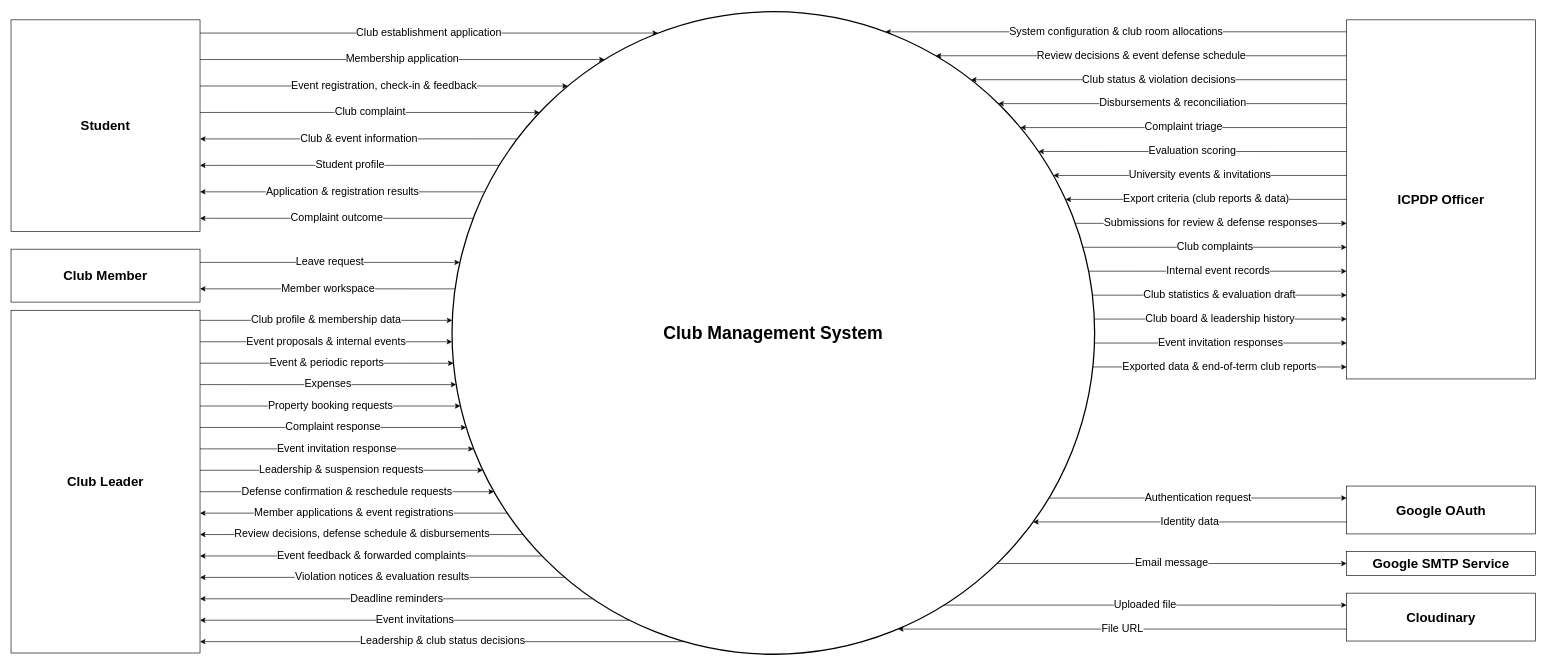
Before: docs/03-diagrams/UCMS_Context_Diagram.drawio in nvdekay/ClubManagementSystem, a draw.io diagram. Source tidied: cells renumbered, new cells numbered last; positions are measured from the earlier drawing's top-left corner, leaving out a move shared by most shapes. Both pictures are drawn from the tidied source at 63%, with x=0, y=0 at pixel (11, 11).
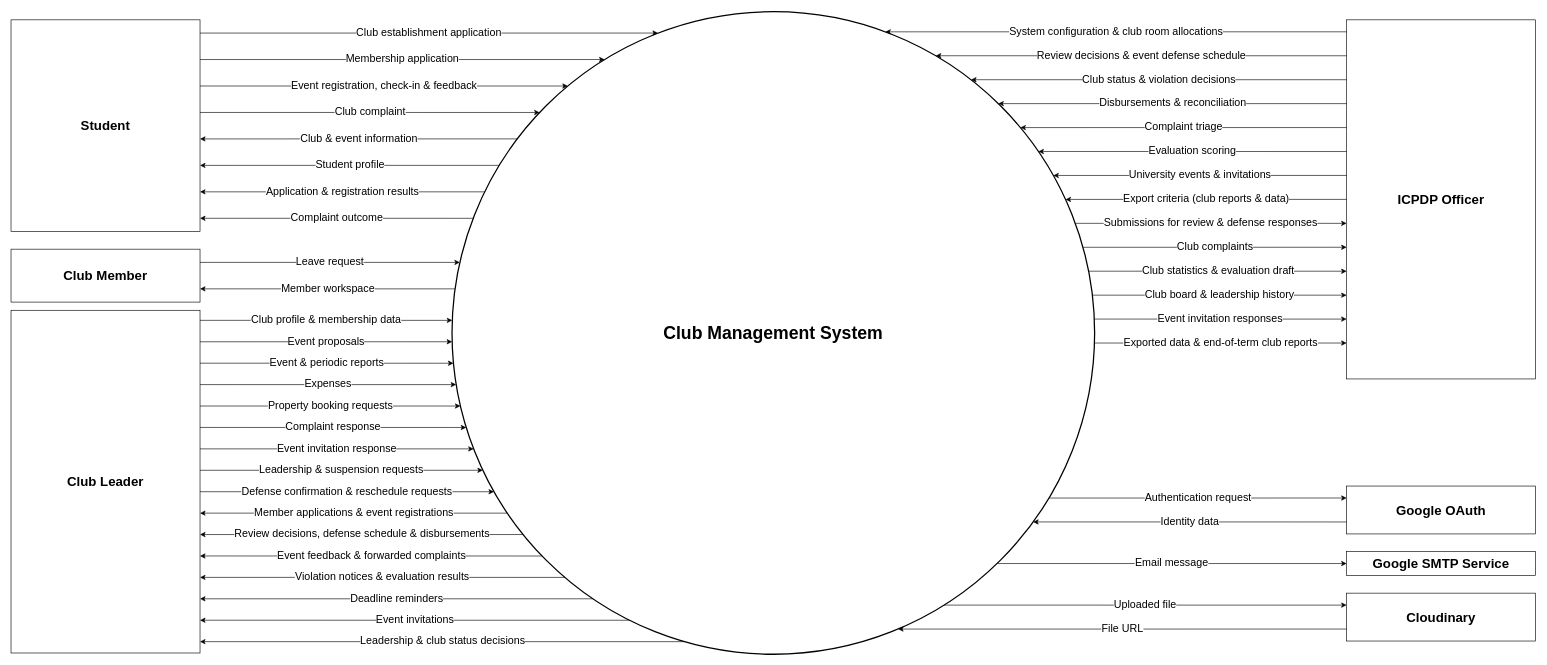
The same diagram, later.

Commit message (it also covers changes not shown here):
docs(diagrams): drop the internal event flow from the context diagram and align SRS flow table

Unchanged cells that the change refers to:
```xml
<mxCell id="2" value="Club Management System" style="ellipse;whiteSpace=wrap;html=1;strokeWidth=2;fontSize=28;fontStyle=1;" parent="1" vertex="1">
  <mxGeometry x="700" width="1020" height="1020" as="geometry" />
</mxCell>
<mxCell id="15" value="Club Leader" style="rounded=0;whiteSpace=wrap;html=1;fontSize=21;fontStyle=1;" parent="1" vertex="1">
  <mxGeometry y="474" width="300" height="544" as="geometry" />
</mxCell>
<mxCell id="32" value="ICPDP Officer" style="rounded=0;whiteSpace=wrap;html=1;fontSize=21;fontStyle=1;" parent="1" vertex="1">
  <mxGeometry x="2120" y="13" width="300" height="570" as="geometry" />
</mxCell>
```

The edit, as a diff of the source:
```diff
@@
-    <mxCell id="17" value="Event proposals &amp; internal events" style="edgeStyle=none;rounded=0;html=1;endArrow=classic;endFill=1;fontSize=17;labelBackgroundColor=#ffffff;exitX=1.0;exitY=0.0919;exitDx=0;exitDy=0;exitPerimeter=0;entryX=0.0002;entryY=0.5137;entryDx=0;entryDy=0;entryPerimeter=0;" parent="1" edge="1" source="15" target="2">
+    <mxCell id="17" value="Event proposals" style="edgeStyle=none;rounded=0;html=1;endArrow=classic;endFill=1;fontSize=17;labelBackgroundColor=#ffffff;exitX=1.0;exitY=0.0919;exitDx=0;exitDy=0;exitPerimeter=0;entryX=0.0002;entryY=0.5137;entryDx=0;entryDy=0;entryPerimeter=0;" parent="1" edge="1" source="15" target="2">
       <mxGeometry relative="1" as="geometry" />
     </mxCell>
@@
-    <mxCell id="43" value="Internal event records" style="edgeStyle=none;rounded=0;html=1;endArrow=classic;endFill=1;fontSize=17;labelBackgroundColor=#ffffff;exitX=0.9907;exitY=0.4039;exitDx=0;exitDy=0;exitPerimeter=0;entryX=0.0000;entryY=0.7000;entryDx=0;entryDy=0;entryPerimeter=0;" parent="1" edge="1" source="2" target="32">
-      <mxGeometry relative="1" as="geometry" />
-    </mxCell>
-    <mxCell id="44" value="Club statistics &amp; evaluation draft" style="edgeStyle=none;rounded=0;html=1;endArrow=classic;endFill=1;fontSize=17;labelBackgroundColor=#ffffff;exitX=0.9965;exitY=0.4412;exitDx=0;exitDy=0;exitPerimeter=0;entryX=0.0000;entryY=0.7667;entryDx=0;entryDy=0;entryPerimeter=0;" parent="1" edge="1" source="2" target="32">
+    <mxCell id="44" value="Club statistics &amp; evaluation draft" style="edgeStyle=none;rounded=0;html=1;endArrow=classic;endFill=1;fontSize=17;labelBackgroundColor=#ffffff;exitX=0.9907;exitY=0.4039;exitDx=0;exitDy=0;exitPerimeter=0;entryX=0.0000;entryY=0.7000;entryDx=0;entryDy=0;entryPerimeter=0;" parent="1" edge="1" source="2" target="32">
       <mxGeometry relative="1" as="geometry" />
     </mxCell>
-    <mxCell id="45" value="Club board &amp; leadership history" style="edgeStyle=none;rounded=0;html=1;endArrow=classic;endFill=1;fontSize=17;labelBackgroundColor=#ffffff;exitX=0.9995;exitY=0.4784;exitDx=0;exitDy=0;exitPerimeter=0;entryX=0.0000;entryY=0.8333;entryDx=0;entryDy=0;entryPerimeter=0;" parent="1" edge="1" source="2" target="32">
+    <mxCell id="45" value="Club board &amp; leadership history" style="edgeStyle=none;rounded=0;html=1;endArrow=classic;endFill=1;fontSize=17;labelBackgroundColor=#ffffff;exitX=0.9965;exitY=0.4412;exitDx=0;exitDy=0;exitPerimeter=0;entryX=0.0000;entryY=0.7667;entryDx=0;entryDy=0;entryPerimeter=0;" parent="1" edge="1" source="2" target="32">
       <mxGeometry relative="1" as="geometry" />
     </mxCell>
-    <mxCell id="46" value="Event invitation responses" style="edgeStyle=none;rounded=0;html=1;endArrow=classic;endFill=1;fontSize=17;labelBackgroundColor=#ffffff;exitX=0.9998;exitY=0.5157;exitDx=0;exitDy=0;exitPerimeter=0;entryX=0.0000;entryY=0.9000;entryDx=0;entryDy=0;entryPerimeter=0;" parent="1" edge="1" source="2" target="32">
+    <mxCell id="46" value="Event invitation responses" style="edgeStyle=none;rounded=0;html=1;endArrow=classic;endFill=1;fontSize=17;labelBackgroundColor=#ffffff;exitX=0.9995;exitY=0.4784;exitDx=0;exitDy=0;exitPerimeter=0;entryX=0.0000;entryY=0.8333;entryDx=0;entryDy=0;entryPerimeter=0;" parent="1" edge="1" source="2" target="32">
       <mxGeometry relative="1" as="geometry" />
     </mxCell>
-    <mxCell id="47" value="Exported data &amp; end-of-term club reports" style="edgeStyle=none;rounded=0;html=1;endArrow=classic;endFill=1;fontSize=17;labelBackgroundColor=#ffffff;exitX=0.9972;exitY=0.5529;exitDx=0;exitDy=0;exitPerimeter=0;entryX=0.0000;entryY=0.9667;entryDx=0;entryDy=0;entryPerimeter=0;" parent="1" edge="1" source="2" target="32">
+    <mxCell id="47" value="Exported data &amp; end-of-term club reports" style="edgeStyle=none;rounded=0;html=1;endArrow=classic;endFill=1;fontSize=17;labelBackgroundColor=#ffffff;exitX=0.9998;exitY=0.5157;exitDx=0;exitDy=0;exitPerimeter=0;entryX=0.0000;entryY=0.9000;entryDx=0;entryDy=0;entryPerimeter=0;" parent="1" edge="1" source="2" target="32">
       <mxGeometry relative="1" as="geometry" />
     </mxCell>
```
